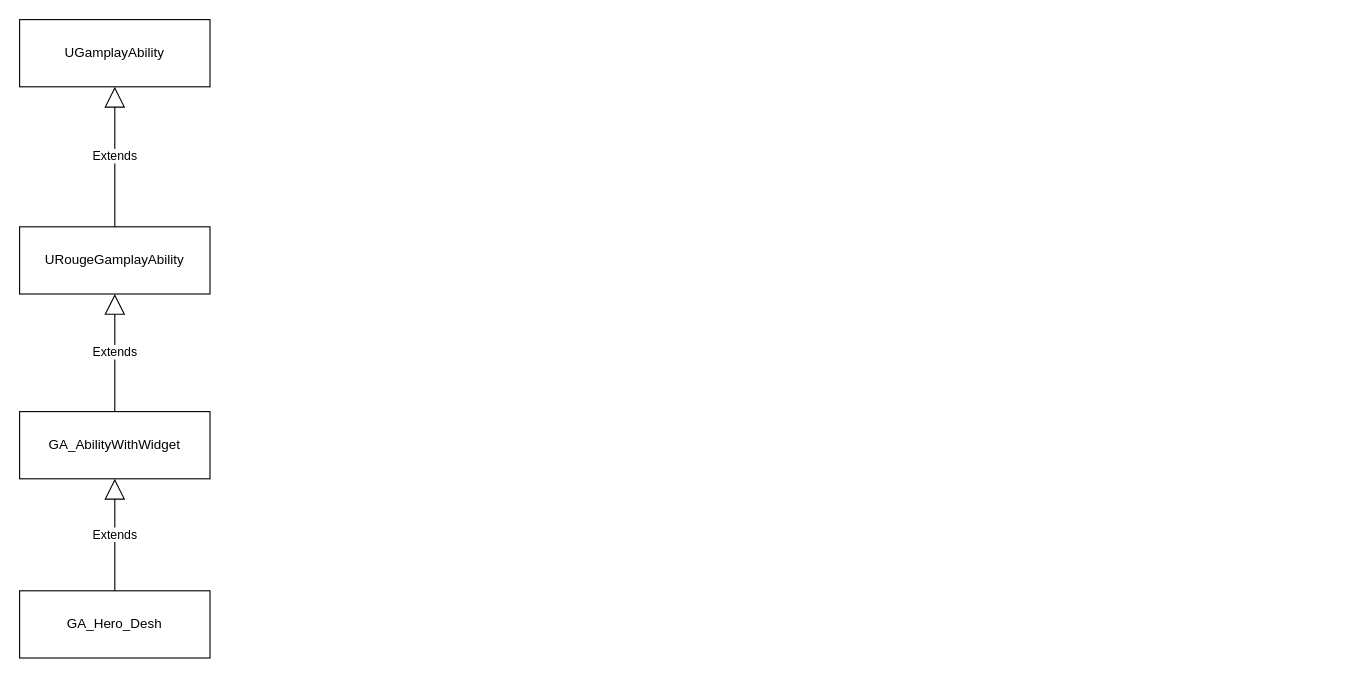
The draw.io diagram Doc/AbilitySystem.drawio in AlienAvatar/RougeDemo, before the edit. Source tidied: cells renumbered, new cells numbered last; positions are measured from the earlier drawing's top-left corner, leaving out a move shared by most shapes. Both pictures are drawn from the tidied source at 112%, with x=0, y=0 at pixel (19, 19).
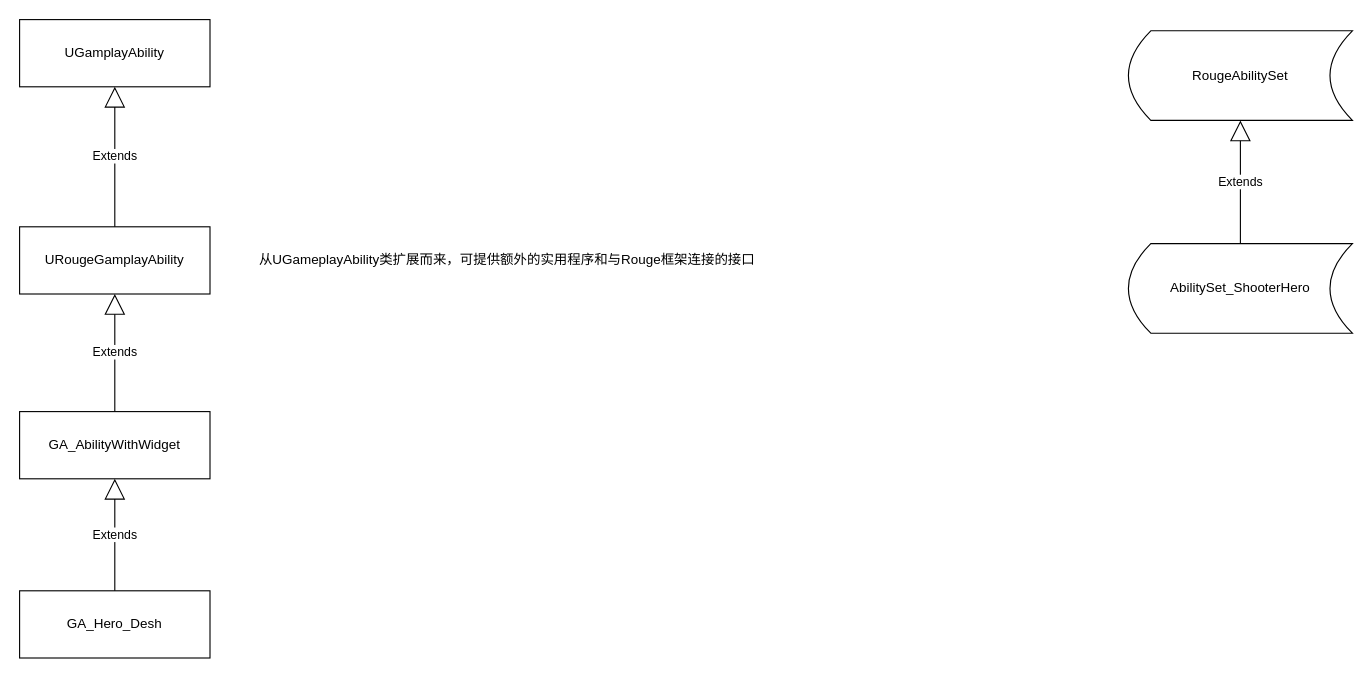
The same diagram, later.

The edit, as a diff of the source:
```diff
@@
 <mxGraphModel>
   <root>
     <mxCell id="0" />
     <mxCell id="1" parent="0" />
     <mxCell id="2" value="URougeGamplayAbility" style="rounded=0;whiteSpace=wrap;html=1;" parent="1" vertex="1">
       <mxGeometry y="185" width="170" height="60" as="geometry" />
     </mxCell>
     <mxCell id="3" value="UGamplayAbility" style="rounded=0;whiteSpace=wrap;html=1;" parent="1" vertex="1">
       <mxGeometry width="170" height="60" as="geometry" />
     </mxCell>
     <mxCell id="4" value="Extends" style="endArrow=block;endSize=16;endFill=0;html=1;rounded=0;exitX=0.5;exitY=0;exitDx=0;exitDy=0;entryX=0.5;entryY=1;entryDx=0;entryDy=0;" parent="1" edge="1" source="2" target="3">
       <mxGeometry relative="1" as="geometry" />
     </mxCell>
     <mxCell id="5" value="GA_AbilityWithWidget" style="rounded=0;whiteSpace=wrap;html=1;" parent="1" vertex="1">
       <mxGeometry y="350" width="170" height="60" as="geometry" />
     </mxCell>
     <mxCell id="6" value="Extends" style="endArrow=block;endSize=16;endFill=0;html=1;rounded=0;exitX=0.5;exitY=0;exitDx=0;exitDy=0;entryX=0.5;entryY=1;entryDx=0;entryDy=0;" parent="1" edge="1" source="5">
       <mxGeometry relative="1" as="geometry">
         <mxPoint x="85" y="245" as="targetPoint" />
       </mxGeometry>
     </mxCell>
     <mxCell id="7" value="GA_Hero_Desh" style="rounded=0;whiteSpace=wrap;html=1;" parent="1" vertex="1">
       <mxGeometry y="510" width="170" height="60" as="geometry" />
     </mxCell>
     <mxCell id="8" value="Extends" style="endArrow=block;endSize=16;endFill=0;html=1;rounded=0;exitX=0.5;exitY=0;exitDx=0;exitDy=0;entryX=0.5;entryY=1;entryDx=0;entryDy=0;" parent="1" edge="1" source="7">
       <mxGeometry relative="1" as="geometry">
         <mxPoint x="85" y="410" as="targetPoint" />
       </mxGeometry>
     </mxCell>
+    <mxCell id="9" value="从UGameplayAbility类扩展而来，可提供额外的实用程序和与Rouge框架连接的接口" style="text;html=1;align=center;verticalAlign=middle;strokeColor=none;fillColor=none;" parent="1" vertex="1">
+      <mxGeometry x="200" y="200" width="470" height="30" as="geometry" />
+    </mxCell>
+    <mxCell id="10" value="RougeAbilitySet" style="shape=dataStorage;whiteSpace=wrap;html=1;fixedSize=1;" parent="1" vertex="1">
+      <mxGeometry x="990" y="10" width="200" height="80" as="geometry" />
+    </mxCell>
+    <mxCell id="11" value="AbilitySet_ShooterHero" style="shape=dataStorage;whiteSpace=wrap;html=1;fixedSize=1;" parent="1" vertex="1">
+      <mxGeometry x="990" y="200" width="200" height="80" as="geometry" />
+    </mxCell>
+    <mxCell id="12" value="Extends" style="endArrow=block;endSize=16;endFill=0;html=1;rounded=0;exitX=0.5;exitY=0;exitDx=0;exitDy=0;entryX=0.5;entryY=1;entryDx=0;entryDy=0;" parent="1" edge="1" source="11" target="10">
+      <mxGeometry relative="1" as="geometry" />
+    </mxCell>
   </root>
 </mxGraphModel>
```
